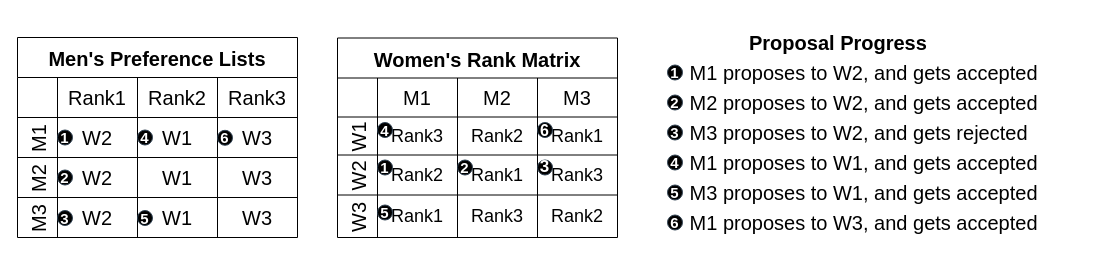
This is GSExecution.drawio from victorliu-sq/BambooSMP-Figures, a draw.io file, before an edit. Source tidied: cells renumbered, new cells numbered last; positions are measured from the earlier drawing's top-left corner, leaving out a move shared by most shapes. Both pictures are drawn from the tidied source at 100%, with x=0, y=0 at pixel (17, 27).
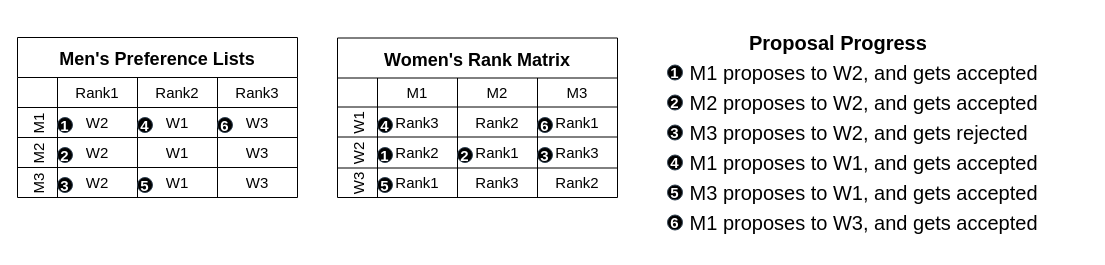
The same diagram, later.

Change to the diagram source:
```diff
@@
-    <mxCell id="2" value="Men's Preference Lists" style="shape=table;startSize=40;childLayout=tableLayout;resizeLastRow=0;fontStyle=1;fontSize=20;" parent="1" vertex="1">
-      <mxGeometry y="10" width="280" height="200" as="geometry" />
+    <mxCell id="2" value="Men's Preference Lists" style="shape=table;startSize=40;childLayout=tableLayout;resizeLastRow=0;fontStyle=1;fontSize=18;" parent="1" vertex="1">
+      <mxGeometry y="10" width="280" height="160" as="geometry" />
     </mxCell>
-    <mxCell id="3" style="shape=tableRow;horizontal=0;startSize=40;swimlaneHead=0;swimlaneBody=0;strokeColor=inherit;top=0;left=0;bottom=0;right=0;fillColor=none;fontSize=20;" parent="2" vertex="1">
-      <mxGeometry y="40" width="280" height="40" as="geometry" />
+    <mxCell id="3" style="shape=tableRow;horizontal=0;startSize=40;swimlaneHead=0;swimlaneBody=0;strokeColor=inherit;top=0;left=0;bottom=0;right=0;fillColor=none;fontSize=15;" parent="2" vertex="1">
+      <mxGeometry y="40" width="280" height="30" as="geometry" />
     </mxCell>
-    <mxCell id="4" value="Rank1" style="shape=partialRectangle;html=1;whiteSpace=wrap;strokeColor=inherit;overflow=hidden;fillColor=none;top=0;left=0;bottom=0;right=0;fontSize=20;" parent="3" vertex="1">
-      <mxGeometry x="40" width="80" height="40" as="geometry" />
+    <mxCell id="4" value="Rank1" style="shape=partialRectangle;html=1;whiteSpace=wrap;strokeColor=inherit;overflow=hidden;fillColor=none;top=0;left=0;bottom=0;right=0;fontSize=15;" parent="3" vertex="1">
+      <mxGeometry x="40" width="80" height="30" as="geometry" />
     </mxCell>
-    <mxCell id="5" value="Rank2" style="shape=partialRectangle;html=1;whiteSpace=wrap;strokeColor=inherit;overflow=hidden;fillColor=none;top=0;left=0;bottom=0;right=0;fontSize=20;" parent="3" vertex="1">
-      <mxGeometry x="120" width="80" height="40" as="geometry" />
+    <mxCell id="5" value="Rank2" style="shape=partialRectangle;html=1;whiteSpace=wrap;strokeColor=inherit;overflow=hidden;fillColor=none;top=0;left=0;bottom=0;right=0;fontSize=15;" parent="3" vertex="1">
+      <mxGeometry x="120" width="80" height="30" as="geometry" />
     </mxCell>
-    <mxCell id="6" value="Rank3" style="shape=partialRectangle;html=1;whiteSpace=wrap;strokeColor=inherit;overflow=hidden;fillColor=none;top=0;left=0;bottom=0;right=0;strokeWidth=1;fontSize=20;" parent="3" vertex="1">
-      <mxGeometry x="200" width="80" height="40" as="geometry" />
+    <mxCell id="6" value="Rank3" style="shape=partialRectangle;html=1;whiteSpace=wrap;strokeColor=inherit;overflow=hidden;fillColor=none;top=0;left=0;bottom=0;right=0;strokeWidth=1;fontSize=15;" parent="3" vertex="1">
+      <mxGeometry x="200" width="80" height="30" as="geometry" />
     </mxCell>
-    <mxCell id="7" value="M1" style="shape=tableRow;horizontal=0;startSize=40;swimlaneHead=0;swimlaneBody=0;strokeColor=inherit;top=0;left=0;bottom=0;right=0;fillColor=none;fontSize=20;" parent="2" vertex="1">
-      <mxGeometry y="80" width="280" height="40" as="geometry" />
+    <mxCell id="7" value="M1" style="shape=tableRow;horizontal=0;startSize=40;swimlaneHead=0;swimlaneBody=0;strokeColor=inherit;top=0;left=0;bottom=0;right=0;fillColor=none;fontSize=15;" parent="2" vertex="1">
+      <mxGeometry y="70" width="280" height="30" as="geometry" />
     </mxCell>
-    <mxCell id="8" value="W2" style="shape=partialRectangle;html=1;whiteSpace=wrap;overflow=hidden;top=0;left=0;bottom=0;right=0;strokeColor=default;fillColor=none;fontSize=20;" parent="7" vertex="1">
-      <mxGeometry x="40" width="80" height="40" as="geometry" />
+    <mxCell id="8" value="W2" style="shape=partialRectangle;html=1;whiteSpace=wrap;overflow=hidden;top=0;left=0;bottom=0;right=0;strokeColor=default;fillColor=none;fontSize=15;" parent="7" vertex="1">
+      <mxGeometry x="40" width="80" height="30" as="geometry" />
     </mxCell>
-    <mxCell id="9" value="W1" style="shape=partialRectangle;html=1;whiteSpace=wrap;overflow=hidden;top=0;left=0;bottom=0;right=0;fillColor=none;labelBackgroundColor=none;labelBorderColor=none;strokeColor=default;shadow=0;backgroundOutline=0;fontSize=20;" parent="7" vertex="1">
-      <mxGeometry x="120" width="80" height="40" as="geometry" />
+    <mxCell id="9" value="W1" style="shape=partialRectangle;html=1;whiteSpace=wrap;overflow=hidden;top=0;left=0;bottom=0;right=0;fillColor=none;labelBackgroundColor=none;labelBorderColor=none;strokeColor=default;shadow=0;backgroundOutline=0;fontSize=15;" parent="7" vertex="1">
+      <mxGeometry x="120" width="80" height="30" as="geometry" />
     </mxCell>
-    <mxCell id="10" value="W3" style="shape=partialRectangle;html=1;whiteSpace=wrap;overflow=hidden;top=0;left=0;bottom=0;right=0;fillColor=none;fontSize=20;" parent="7" vertex="1">
-      <mxGeometry x="200" width="80" height="40" as="geometry" />
+    <mxCell id="10" value="W3" style="shape=partialRectangle;html=1;whiteSpace=wrap;overflow=hidden;top=0;left=0;bottom=0;right=0;fillColor=none;fontSize=15;" parent="7" vertex="1">
+      <mxGeometry x="200" width="80" height="30" as="geometry" />
     </mxCell>
-    <mxCell id="11" value="M2" style="shape=tableRow;horizontal=0;startSize=40;swimlaneHead=0;swimlaneBody=0;strokeColor=inherit;top=0;left=0;bottom=0;right=0;fillColor=none;fontSize=20;" parent="2" vertex="1">
-      <mxGeometry y="120" width="280" height="40" as="geometry" />
+    <mxCell id="11" value="M2" style="shape=tableRow;horizontal=0;startSize=40;swimlaneHead=0;swimlaneBody=0;strokeColor=inherit;top=0;left=0;bottom=0;right=0;fillColor=none;fontSize=15;" parent="2" vertex="1">
+      <mxGeometry y="100" width="280" height="30" as="geometry" />
     </mxCell>
-    <mxCell id="12" value="W2" style="shape=partialRectangle;html=1;whiteSpace=wrap;overflow=hidden;top=0;left=0;bottom=0;right=0;strokeOpacity=100;fillColor=none;fontSize=20;" parent="11" vertex="1">
-      <mxGeometry x="40" width="80" height="40" as="geometry" />
+    <mxCell id="12" value="W2" style="shape=partialRectangle;html=1;whiteSpace=wrap;overflow=hidden;top=0;left=0;bottom=0;right=0;strokeOpacity=100;fillColor=none;fontSize=15;" parent="11" vertex="1">
+      <mxGeometry x="40" width="80" height="30" as="geometry" />
     </mxCell>
-    <mxCell id="13" value="W1" style="shape=partialRectangle;html=1;whiteSpace=wrap;strokeColor=inherit;overflow=hidden;fillColor=none;top=0;left=0;bottom=0;right=0;fontSize=20;" parent="11" vertex="1">
-      <mxGeometry x="120" width="80" height="40" as="geometry" />
+    <mxCell id="13" value="W1" style="shape=partialRectangle;html=1;whiteSpace=wrap;strokeColor=inherit;overflow=hidden;fillColor=none;top=0;left=0;bottom=0;right=0;fontSize=15;" parent="11" vertex="1">
+      <mxGeometry x="120" width="80" height="30" as="geometry" />
     </mxCell>
-    <mxCell id="14" value="W3" style="shape=partialRectangle;html=1;whiteSpace=wrap;strokeColor=inherit;overflow=hidden;fillColor=none;top=0;left=0;bottom=0;right=0;fontSize=20;" parent="11" vertex="1">
-      <mxGeometry x="200" width="80" height="40" as="geometry" />
+    <mxCell id="14" value="W3" style="shape=partialRectangle;html=1;whiteSpace=wrap;strokeColor=inherit;overflow=hidden;fillColor=none;top=0;left=0;bottom=0;right=0;fontSize=15;" parent="11" vertex="1">
+      <mxGeometry x="200" width="80" height="30" as="geometry" />
     </mxCell>
-    <mxCell id="15" value="M3" style="shape=tableRow;horizontal=0;startSize=40;swimlaneHead=0;swimlaneBody=0;strokeColor=inherit;top=0;left=0;bottom=0;right=0;fillColor=none;fontSize=20;" parent="2" vertex="1">
-      <mxGeometry y="160" width="280" height="40" as="geometry" />
+    <mxCell id="15" value="M3" style="shape=tableRow;horizontal=0;startSize=40;swimlaneHead=0;swimlaneBody=0;strokeColor=inherit;top=0;left=0;bottom=0;right=0;fillColor=none;fontSize=15;" parent="2" vertex="1">
+      <mxGeometry y="130" width="280" height="30" as="geometry" />
     </mxCell>
-    <mxCell id="16" value="W2" style="shape=partialRectangle;html=1;whiteSpace=wrap;overflow=hidden;top=0;left=0;bottom=0;right=0;fillColor=none;fontSize=20;" parent="15" vertex="1">
-      <mxGeometry x="40" width="80" height="40" as="geometry" />
+    <mxCell id="16" value="W2" style="shape=partialRectangle;html=1;whiteSpace=wrap;overflow=hidden;top=0;left=0;bottom=0;right=0;fillColor=none;fontSize=15;" parent="15" vertex="1">
+      <mxGeometry x="40" width="80" height="30" as="geometry" />
     </mxCell>
-    <mxCell id="17" value="W1" style="shape=partialRectangle;html=1;whiteSpace=wrap;overflow=hidden;top=0;left=0;bottom=0;right=0;fillColor=none;fontSize=20;" parent="15" vertex="1">
-      <mxGeometry x="120" width="80" height="40" as="geometry" />
+    <mxCell id="17" value="W1" style="shape=partialRectangle;html=1;whiteSpace=wrap;overflow=hidden;top=0;left=0;bottom=0;right=0;fillColor=none;fontSize=15;" parent="15" vertex="1">
+      <mxGeometry x="120" width="80" height="30" as="geometry" />
     </mxCell>
-    <mxCell id="18" value="W3" style="shape=partialRectangle;html=1;whiteSpace=wrap;strokeColor=inherit;overflow=hidden;fillColor=none;top=0;left=0;bottom=0;right=0;fontSize=20;" parent="15" vertex="1">
-      <mxGeometry x="200" width="80" height="40" as="geometry" />
+    <mxCell id="18" value="W3" style="shape=partialRectangle;html=1;whiteSpace=wrap;strokeColor=inherit;overflow=hidden;fillColor=none;top=0;left=0;bottom=0;right=0;fontSize=15;" parent="15" vertex="1">
+      <mxGeometry x="200" width="80" height="30" as="geometry" />
     </mxCell>
-    <mxCell id="19" value="Women's Rank Matrix" style="shape=table;startSize=40;childLayout=tableLayout;resizeLastRow=0;fontStyle=1;fontSize=20;" parent="1" vertex="1">
-      <mxGeometry x="320" y="10.5" width="280" height="199.5" as="geometry" />
+    <mxCell id="19" value="Women's Rank Matrix" style="shape=table;startSize=40;childLayout=tableLayout;resizeLastRow=0;fontStyle=1;fontSize=18;" parent="1" vertex="1">
+      <mxGeometry x="320" y="10.5" width="280" height="159.5" as="geometry" />
     </mxCell>
-    <mxCell id="20" style="shape=tableRow;horizontal=0;startSize=40;swimlaneHead=0;swimlaneBody=0;strokeColor=inherit;top=0;left=0;bottom=0;right=0;fillColor=none;fontSize=20;" parent="19" vertex="1">
-      <mxGeometry y="40" width="280" height="39" as="geometry" />
+    <mxCell id="20" style="shape=tableRow;horizontal=0;startSize=40;swimlaneHead=0;swimlaneBody=0;strokeColor=inherit;top=0;left=0;bottom=0;right=0;fillColor=none;fontSize=15;" parent="19" vertex="1">
+      <mxGeometry y="40" width="280" height="29" as="geometry" />
     </mxCell>
-    <mxCell id="21" value="M1" style="shape=partialRectangle;html=1;whiteSpace=wrap;strokeColor=inherit;overflow=hidden;fillColor=none;top=0;left=0;bottom=0;right=0;fontSize=20;" parent="20" vertex="1">
-      <mxGeometry x="40" width="80" height="39" as="geometry" />
+    <mxCell id="21" value="M1" style="shape=partialRectangle;html=1;whiteSpace=wrap;strokeColor=inherit;overflow=hidden;fillColor=none;top=0;left=0;bottom=0;right=0;fontSize=15;" parent="20" vertex="1">
+      <mxGeometry x="40" width="80" height="29" as="geometry" />
     </mxCell>
-    <mxCell id="22" value="M2" style="shape=partialRectangle;html=1;whiteSpace=wrap;strokeColor=inherit;overflow=hidden;fillColor=none;top=0;left=0;bottom=0;right=0;fontSize=20;" parent="20" vertex="1">
-      <mxGeometry x="120" width="80" height="39" as="geometry" />
+    <mxCell id="22" value="M2" style="shape=partialRectangle;html=1;whiteSpace=wrap;strokeColor=inherit;overflow=hidden;fillColor=none;top=0;left=0;bottom=0;right=0;fontSize=15;" parent="20" vertex="1">
+      <mxGeometry x="120" width="80" height="29" as="geometry" />
     </mxCell>
-    <mxCell id="23" value="M3" style="shape=partialRectangle;html=1;whiteSpace=wrap;strokeColor=inherit;overflow=hidden;fillColor=none;top=0;left=0;bottom=0;right=0;strokeWidth=1;fontSize=20;" parent="20" vertex="1">
-      <mxGeometry x="200" width="80" height="39" as="geometry" />
+    <mxCell id="23" value="M3" style="shape=partialRectangle;html=1;whiteSpace=wrap;strokeColor=inherit;overflow=hidden;fillColor=none;top=0;left=0;bottom=0;right=0;strokeWidth=1;fontSize=15;" parent="20" vertex="1">
+      <mxGeometry x="200" width="80" height="29" as="geometry" />
     </mxCell>
-    <mxCell id="24" value="W1" style="shape=tableRow;horizontal=0;startSize=40;swimlaneHead=0;swimlaneBody=0;strokeColor=inherit;top=0;left=0;bottom=0;right=0;fillColor=none;fontSize=20;" parent="19" vertex="1">
-      <mxGeometry y="79" width="280" height="38" as="geometry" />
+    <mxCell id="24" value="W1" style="shape=tableRow;horizontal=0;startSize=40;swimlaneHead=0;swimlaneBody=0;strokeColor=inherit;top=0;left=0;bottom=0;right=0;fillColor=none;fontSize=15;" parent="19" vertex="1">
+      <mxGeometry y="69" width="280" height="30" as="geometry" />
     </mxCell>
-    <mxCell id="25" value="Rank3" style="shape=partialRectangle;html=1;whiteSpace=wrap;strokeColor=inherit;overflow=hidden;fillColor=none;top=0;left=0;bottom=0;right=0;fontSize=18;" parent="24" vertex="1">
-      <mxGeometry x="40" width="80" height="38" as="geometry" />
+    <mxCell id="25" value="Rank3" style="shape=partialRectangle;html=1;whiteSpace=wrap;strokeColor=inherit;overflow=hidden;fillColor=none;top=0;left=0;bottom=0;right=0;fontSize=15;" parent="24" vertex="1">
+      <mxGeometry x="40" width="80" height="30" as="geometry" />
     </mxCell>
-    <mxCell id="26" value="Rank2" style="shape=partialRectangle;html=1;whiteSpace=wrap;strokeColor=inherit;overflow=hidden;fillColor=none;top=0;left=0;bottom=0;right=0;fontSize=18;" parent="24" vertex="1">
-      <mxGeometry x="120" width="80" height="38" as="geometry" />
+    <mxCell id="26" value="Rank2" style="shape=partialRectangle;html=1;whiteSpace=wrap;strokeColor=inherit;overflow=hidden;fillColor=none;top=0;left=0;bottom=0;right=0;fontSize=15;" parent="24" vertex="1">
+      <mxGeometry x="120" width="80" height="30" as="geometry" />
     </mxCell>
-    <mxCell id="27" value="Rank1" style="shape=partialRectangle;html=1;whiteSpace=wrap;strokeColor=inherit;overflow=hidden;fillColor=none;top=0;left=0;bottom=0;right=0;fontSize=18;" parent="24" vertex="1">
-      <mxGeometry x="200" width="80" height="38" as="geometry" />
+    <mxCell id="27" value="Rank1" style="shape=partialRectangle;html=1;whiteSpace=wrap;strokeColor=inherit;overflow=hidden;fillColor=none;top=0;left=0;bottom=0;right=0;fontSize=15;" parent="24" vertex="1">
+      <mxGeometry x="200" width="80" height="30" as="geometry" />
     </mxCell>
-    <mxCell id="28" value="W2" style="shape=tableRow;horizontal=0;startSize=40;swimlaneHead=0;swimlaneBody=0;strokeColor=inherit;top=0;left=0;bottom=0;right=0;fillColor=none;fontSize=20;" parent="19" vertex="1">
-      <mxGeometry y="117" width="280" height="40" as="geometry" />
+    <mxCell id="28" value="W2" style="shape=tableRow;horizontal=0;startSize=40;swimlaneHead=0;swimlaneBody=0;strokeColor=inherit;top=0;left=0;bottom=0;right=0;fillColor=none;fontSize=15;" parent="19" vertex="1">
+      <mxGeometry y="99" width="280" height="31" as="geometry" />
     </mxCell>
-    <mxCell id="29" value="Rank2" style="shape=partialRectangle;html=1;whiteSpace=wrap;strokeColor=inherit;overflow=hidden;fillColor=none;top=0;left=0;bottom=0;right=0;fontSize=18;" parent="28" vertex="1">
-      <mxGeometry x="40" width="80" height="40" as="geometry" />
+    <mxCell id="29" value="Rank2" style="shape=partialRectangle;html=1;whiteSpace=wrap;strokeColor=inherit;overflow=hidden;fillColor=none;top=0;left=0;bottom=0;right=0;fontSize=15;" parent="28" vertex="1">
+      <mxGeometry x="40" width="80" height="31" as="geometry" />
     </mxCell>
-    <mxCell id="30" value="Rank1" style="shape=partialRectangle;html=1;whiteSpace=wrap;strokeColor=inherit;overflow=hidden;fillColor=none;top=0;left=0;bottom=0;right=0;fontSize=18;" parent="28" vertex="1">
-      <mxGeometry x="120" width="80" height="40" as="geometry" />
+    <mxCell id="30" value="Rank1" style="shape=partialRectangle;html=1;whiteSpace=wrap;strokeColor=inherit;overflow=hidden;fillColor=none;top=0;left=0;bottom=0;right=0;fontSize=15;" parent="28" vertex="1">
+      <mxGeometry x="120" width="80" height="31" as="geometry" />
     </mxCell>
-    <mxCell id="31" value="Rank3" style="shape=partialRectangle;html=1;whiteSpace=wrap;strokeColor=inherit;overflow=hidden;fillColor=none;top=0;left=0;bottom=0;right=0;fontSize=18;" parent="28" vertex="1">
-      <mxGeometry x="200" width="80" height="40" as="geometry" />
+    <mxCell id="31" value="Rank3" style="shape=partialRectangle;html=1;whiteSpace=wrap;strokeColor=inherit;overflow=hidden;fillColor=none;top=0;left=0;bottom=0;right=0;fontSize=15;" parent="28" vertex="1">
+      <mxGeometry x="200" width="80" height="31" as="geometry" />
     </mxCell>
-    <mxCell id="32" value="W3" style="shape=tableRow;horizontal=0;startSize=40;swimlaneHead=0;swimlaneBody=0;strokeColor=inherit;top=0;left=0;bottom=0;right=0;fillColor=none;fontSize=20;" parent="19" vertex="1">
-      <mxGeometry y="157" width="280" height="43" as="geometry" />
+    <mxCell id="32" value="W3" style="shape=tableRow;horizontal=0;startSize=40;swimlaneHead=0;swimlaneBody=0;strokeColor=inherit;top=0;left=0;bottom=0;right=0;fillColor=none;fontSize=15;" parent="19" vertex="1">
+      <mxGeometry y="130" width="280" height="29" as="geometry" />
     </mxCell>
-    <mxCell id="33" value="Rank1" style="shape=partialRectangle;html=1;whiteSpace=wrap;strokeColor=inherit;overflow=hidden;fillColor=none;top=0;left=0;bottom=0;right=0;fontSize=18;" parent="32" vertex="1">
-      <mxGeometry x="40" width="80" height="43" as="geometry" />
+    <mxCell id="33" value="Rank1" style="shape=partialRectangle;html=1;whiteSpace=wrap;strokeColor=inherit;overflow=hidden;fillColor=none;top=0;left=0;bottom=0;right=0;fontSize=15;" parent="32" vertex="1">
+      <mxGeometry x="40" width="80" height="29" as="geometry" />
     </mxCell>
-    <mxCell id="34" value="Rank3" style="shape=partialRectangle;html=1;whiteSpace=wrap;strokeColor=inherit;overflow=hidden;fillColor=none;top=0;left=0;bottom=0;right=0;fontSize=18;" parent="32" vertex="1">
-      <mxGeometry x="120" width="80" height="43" as="geometry" />
+    <mxCell id="34" value="Rank3" style="shape=partialRectangle;html=1;whiteSpace=wrap;strokeColor=inherit;overflow=hidden;fillColor=none;top=0;left=0;bottom=0;right=0;fontSize=15;" parent="32" vertex="1">
+      <mxGeometry x="120" width="80" height="29" as="geometry" />
     </mxCell>
-    <mxCell id="35" value="Rank2" style="shape=partialRectangle;html=1;whiteSpace=wrap;strokeColor=inherit;overflow=hidden;fillColor=none;top=0;left=0;bottom=0;right=0;fontSize=18;" parent="32" vertex="1">
-      <mxGeometry x="200" width="80" height="43" as="geometry" />
+    <mxCell id="35" value="Rank2" style="shape=partialRectangle;html=1;whiteSpace=wrap;strokeColor=inherit;overflow=hidden;fillColor=none;top=0;left=0;bottom=0;right=0;fontSize=15;" parent="32" vertex="1">
+      <mxGeometry x="200" width="80" height="29" as="geometry" />
     </mxCell>
@@
     <mxCell id="49" value="1" style="ellipse;whiteSpace=wrap;html=1;strokeColor=#314354;align=center;verticalAlign=middle;fontFamily=Helvetica;fontSize=15;fillColor=#000000;fontColor=#ffffff;fontStyle=1;" parent="1" vertex="1">
-      <mxGeometry x="40" y="102.5" width="15" height="15" as="geometry" />
+      <mxGeometry x="40" y="90" width="15" height="15" as="geometry" />
     </mxCell>
     <mxCell id="50" value="2" style="ellipse;whiteSpace=wrap;html=1;strokeColor=#314354;align=center;verticalAlign=middle;fontFamily=Helvetica;fontSize=15;fillColor=#000000;fontColor=#ffffff;fontStyle=1;" parent="1" vertex="1">
-      <mxGeometry x="40" y="142.5" width="15" height="15" as="geometry" />
+      <mxGeometry x="40" y="120" width="15" height="15" as="geometry" />
     </mxCell>
     <mxCell id="51" value="3" style="ellipse;whiteSpace=wrap;html=1;strokeColor=#314354;align=center;verticalAlign=middle;fontFamily=Helvetica;fontSize=15;fillColor=#000000;fontColor=#ffffff;fontStyle=1;" parent="1" vertex="1">
-      <mxGeometry x="40" y="183" width="15" height="15" as="geometry" />
+      <mxGeometry x="40" y="150" width="15" height="15" as="geometry" />
     </mxCell>
     <mxCell id="52" value="4" style="ellipse;whiteSpace=wrap;html=1;strokeColor=#314354;align=center;verticalAlign=middle;fontFamily=Helvetica;fontSize=15;fillColor=#000000;fontColor=#ffffff;fontStyle=1;" parent="1" vertex="1">
-      <mxGeometry x="120" y="102.5" width="15" height="15" as="geometry" />
+      <mxGeometry x="120" y="90" width="15" height="15" as="geometry" />
     </mxCell>
     <mxCell id="53" value="5" style="ellipse;whiteSpace=wrap;html=1;strokeColor=#314354;align=center;verticalAlign=middle;fontFamily=Helvetica;fontSize=15;fillColor=#000000;fontColor=#ffffff;fontStyle=1;" parent="1" vertex="1">
-      <mxGeometry x="120" y="183" width="15" height="15" as="geometry" />
+      <mxGeometry x="120" y="150" width="15" height="15" as="geometry" />
     </mxCell>
     <mxCell id="54" value="6" style="ellipse;whiteSpace=wrap;html=1;strokeColor=#314354;align=center;verticalAlign=middle;fontFamily=Helvetica;fontSize=15;fillColor=#000000;fontColor=#ffffff;fontStyle=1;" parent="1" vertex="1">
-      <mxGeometry x="200" y="102.8" width="15" height="15" as="geometry" />
+      <mxGeometry x="200" y="90" width="15" height="15" as="geometry" />
     </mxCell>
     <mxCell id="55" value="1" style="ellipse;whiteSpace=wrap;html=1;strokeColor=#314354;align=center;verticalAlign=middle;fontFamily=Helvetica;fontSize=15;fillColor=#000000;fontColor=#ffffff;fontStyle=1;" parent="1" vertex="1">
-      <mxGeometry x="360" y="132.5" width="15" height="15" as="geometry" />
+      <mxGeometry x="360" y="120" width="15" height="15" as="geometry" />
     </mxCell>
     <mxCell id="56" value="2" style="ellipse;whiteSpace=wrap;html=1;strokeColor=#314354;align=center;verticalAlign=middle;fontFamily=Helvetica;fontSize=15;fillColor=#000000;fontColor=#ffffff;fontStyle=1;" parent="1" vertex="1">
-      <mxGeometry x="440" y="132.5" width="15" height="15" as="geometry" />
+      <mxGeometry x="440" y="120" width="15" height="15" as="geometry" />
     </mxCell>
-    <mxCell id="57" value="3" style="ellipse;whiteSpace=wrap;html=1;strokeColor=#314354;align=center;verticalAlign=middle;fontFamily=Helvetica;fontSize=17;fillColor=#000000;fontColor=#ffffff;fontStyle=1;spacing=0;" parent="1" vertex="1">
-      <mxGeometry x="520" y="132.5" width="15" height="15" as="geometry" />
+    <mxCell id="57" value="3" style="ellipse;whiteSpace=wrap;html=1;strokeColor=#314354;align=center;verticalAlign=middle;fontFamily=Helvetica;fontSize=15;fillColor=#000000;fontColor=#ffffff;fontStyle=1;spacing=0;" parent="1" vertex="1">
+      <mxGeometry x="520" y="120" width="15" height="15" as="geometry" />
     </mxCell>
-    <mxCell id="58" value="6" style="ellipse;whiteSpace=wrap;html=1;strokeColor=#314354;align=center;verticalAlign=middle;fontFamily=Helvetica;fontSize=16;fillColor=#000000;fontColor=#ffffff;fontStyle=1;" parent="1" vertex="1">
-      <mxGeometry x="520" y="95" width="15" height="15" as="geometry" />
+    <mxCell id="58" value="6" style="ellipse;whiteSpace=wrap;html=1;strokeColor=#314354;align=center;verticalAlign=middle;fontFamily=Helvetica;fontSize=15;fillColor=#000000;fontColor=#ffffff;fontStyle=1;" parent="1" vertex="1">
+      <mxGeometry x="520" y="90" width="15" height="15" as="geometry" />
     </mxCell>
     <mxCell id="59" value="5" style="ellipse;whiteSpace=wrap;html=1;strokeColor=#314354;align=center;verticalAlign=middle;fontFamily=Helvetica;fontSize=15;fillColor=#000000;fontColor=#ffffff;fontStyle=1;" parent="1" vertex="1">
-      <mxGeometry x="360" y="177.5" width="15" height="15" as="geometry" />
+      <mxGeometry x="360" y="150" width="15" height="15" as="geometry" />
     </mxCell>
     <mxCell id="60" value="4" style="ellipse;whiteSpace=wrap;html=1;strokeColor=#314354;align=center;verticalAlign=middle;fontFamily=Helvetica;fontSize=15;fillColor=#000000;fontColor=#ffffff;fontStyle=1;" parent="1" vertex="1">
-      <mxGeometry x="360" y="95" width="15" height="15" as="geometry" />
+      <mxGeometry x="360" y="90" width="15" height="15" as="geometry" />
     </mxCell>
```
